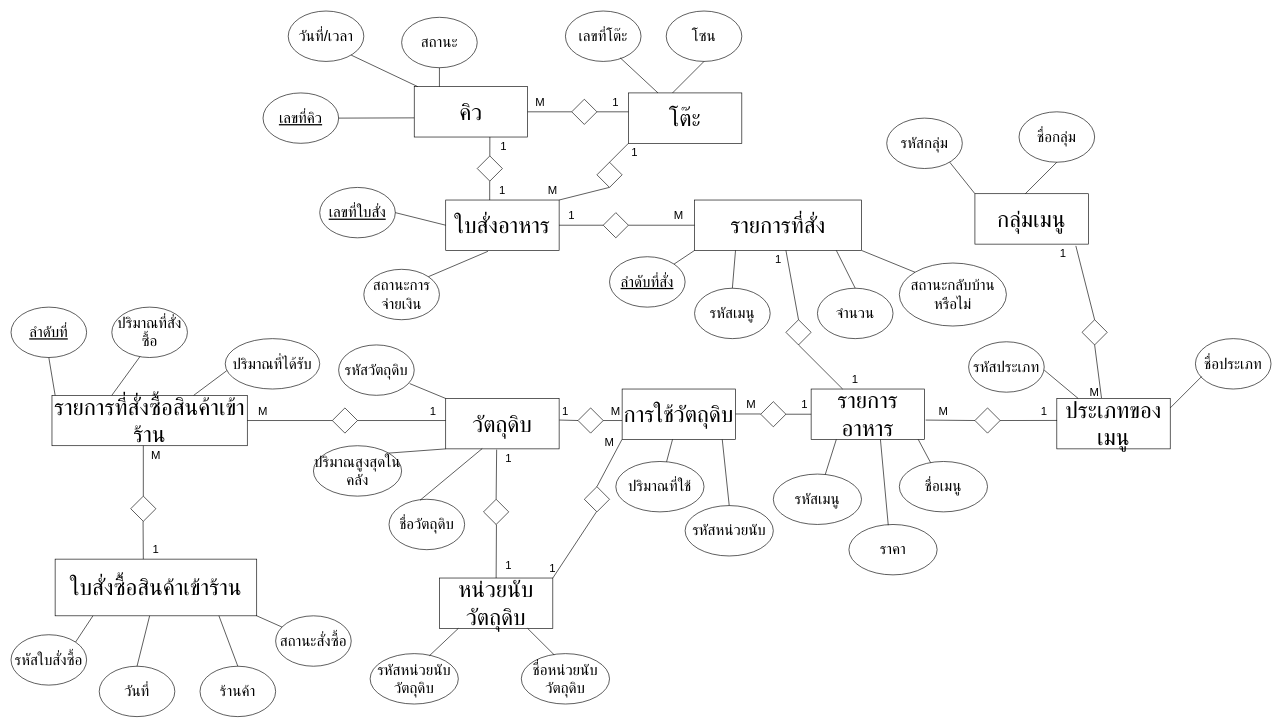
This is แบบแผนที่ยังไม่ได้ตั้งชื่อ.drawio from banthitamakjeen/git-workshop, a draw.io file, before an edit. Source tidied: cells renumbered, new cells numbered last; positions are measured from the earlier drawing's top-left corner, leaving out a move shared by most shapes. Both pictures are drawn from the tidied source at 63%, with x=0, y=0 at pixel (11, 11).
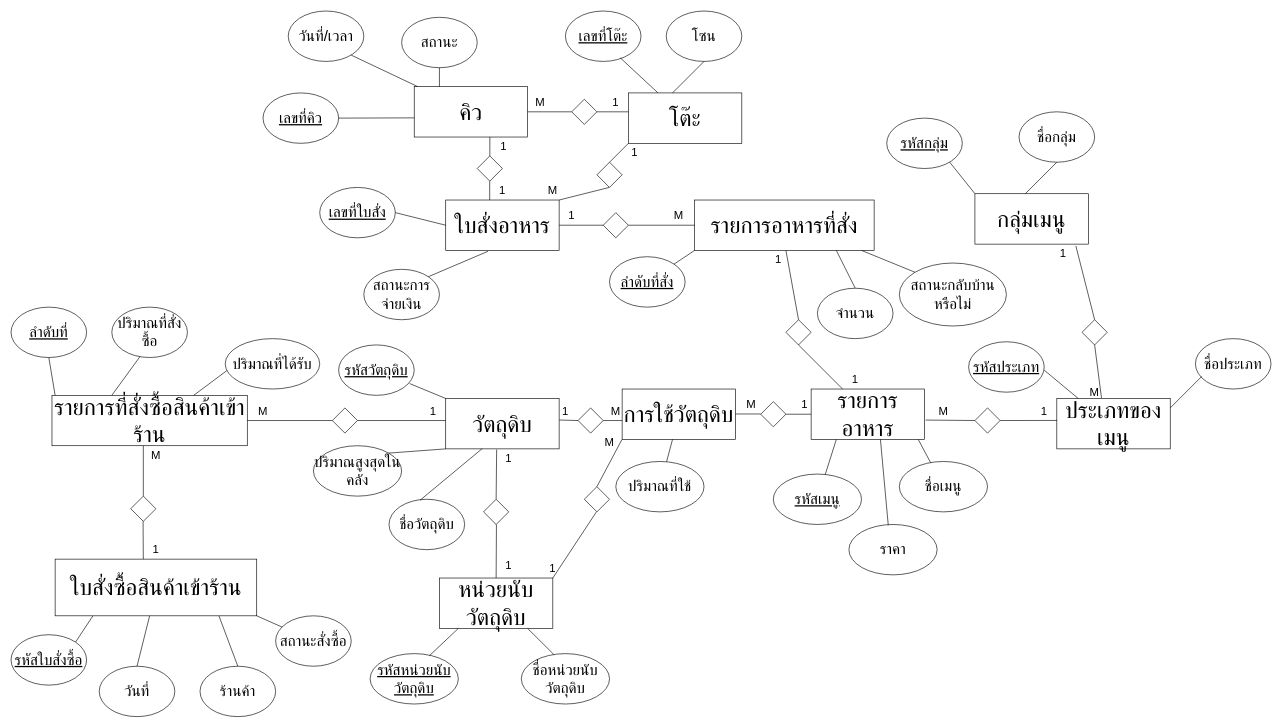
The same page after the edit.

The change refers to these unchanged cells:
```xml
<mxCell id="28" value="&lt;font style=&quot;font-size: 36px;&quot;&gt;การใช้วัตถุดิบ&lt;/font&gt;" style="rounded=0;whiteSpace=wrap;html=1;" parent="1" vertex="1">
  <mxGeometry x="970" y="600" width="180" height="80" as="geometry" />
</mxCell>
```

Diff of the diagram source:
```diff
@@
-    <mxCell id="3" value="&lt;font style=&quot;font-size: 24px;&quot;&gt;รหัสวัตถุดิบ&lt;/font&gt;" style="ellipse;whiteSpace=wrap;html=1;" parent="1" vertex="1">
+    <mxCell id="3" value="&lt;font style=&quot;font-size: 24px;&quot;&gt;&lt;u&gt;รหัสวัตถุดิบ&lt;/u&gt;&lt;/font&gt;" style="ellipse;whiteSpace=wrap;html=1;" parent="1" vertex="1">
       <mxGeometry x="520" y="530" width="120" height="80" as="geometry" />
     </mxCell>
@@
-    <mxCell id="7" value="&lt;font style=&quot;font-size: 24px;&quot;&gt;รหัสหน่วยนับวัตถุดิบ&lt;/font&gt;" style="ellipse;whiteSpace=wrap;html=1;" parent="1" vertex="1">
+    <mxCell id="7" value="&lt;font style=&quot;font-size: 24px;&quot;&gt;&lt;u&gt;รหัสหน่วยนับวัตถุดิบ&lt;/u&gt;&lt;/font&gt;" style="ellipse;whiteSpace=wrap;html=1;" parent="1" vertex="1">
       <mxGeometry x="570" y="1020" width="140" height="80" as="geometry" />
     </mxCell>
@@
-    <mxCell id="14" value="&lt;font style=&quot;font-size: 24px;&quot;&gt;รหัสใบสั่งซื้อ&lt;/font&gt;" style="ellipse;whiteSpace=wrap;html=1;" parent="1" vertex="1">
+    <mxCell id="14" value="&lt;font style=&quot;font-size: 24px;&quot;&gt;&lt;u&gt;รหัสใบสั่งซื้อ&lt;/u&gt;&lt;/font&gt;" style="ellipse;whiteSpace=wrap;html=1;" parent="1" vertex="1">
       <mxGeometry y="990" width="120" height="80" as="geometry" />
     </mxCell>
@@
-    <mxCell id="21" value="&lt;font style=&quot;font-size: 24px;&quot;&gt;รหัสกลุ่ม&lt;/font&gt;" style="ellipse;whiteSpace=wrap;html=1;" parent="1" vertex="1">
+    <mxCell id="21" value="&lt;font style=&quot;font-size: 24px;&quot;&gt;&lt;u&gt;รหัสกลุ่ม&lt;/u&gt;&lt;/font&gt;" style="ellipse;whiteSpace=wrap;html=1;" parent="1" vertex="1">
       <mxGeometry x="1390" y="170" width="120" height="80" as="geometry" />
     </mxCell>
@@
-    <mxCell id="23" value="&lt;font style=&quot;font-size: 24px;&quot;&gt;รหัสประเภท&lt;/font&gt;" style="ellipse;whiteSpace=wrap;html=1;" parent="1" vertex="1">
+    <mxCell id="23" value="&lt;font style=&quot;font-size: 24px;&quot;&gt;&lt;u&gt;รหัสประเภท&lt;/u&gt;&lt;/font&gt;" style="ellipse;whiteSpace=wrap;html=1;" parent="1" vertex="1">
       <mxGeometry x="1520" y="525" width="120" height="80" as="geometry" />
     </mxCell>
@@
-    <mxCell id="25" value="&lt;font style=&quot;font-size: 24px;&quot;&gt;รหัสเมนู&lt;/font&gt;" style="ellipse;whiteSpace=wrap;html=1;" parent="1" vertex="1">
+    <mxCell id="25" value="&lt;font style=&quot;font-size: 24px;&quot;&gt;&lt;u&gt;รหัสเมนู&lt;/u&gt;&lt;/font&gt;" style="ellipse;whiteSpace=wrap;html=1;" parent="1" vertex="1">
       <mxGeometry x="1210" y="735" width="140" height="80" as="geometry" />
     </mxCell>
@@
-    <mxCell id="34" value="&lt;font style=&quot;font-size: 24px;&quot;&gt;เลขที่โต๊ะ&lt;/font&gt;" style="ellipse;whiteSpace=wrap;html=1;" parent="1" vertex="1">
+    <mxCell id="34" value="&lt;font style=&quot;font-size: 24px;&quot;&gt;&lt;u&gt;เลขที่โต๊ะ&lt;/u&gt;&lt;/font&gt;" style="ellipse;whiteSpace=wrap;html=1;" parent="1" vertex="1">
       <mxGeometry x="880" width="120" height="80" as="geometry" />
     </mxCell>
@@
-    <mxCell id="40" value="&lt;font style=&quot;font-size: 36px;&quot;&gt;รายการที่สั่ง&lt;/font&gt;" style="rounded=0;whiteSpace=wrap;html=1;" parent="1" vertex="1">
-      <mxGeometry x="1085" y="300" width="265" height="80" as="geometry" />
+    <mxCell id="40" value="&lt;font style=&quot;font-size: 36px;&quot;&gt;รายการอาหารที่สั่ง&lt;/font&gt;" style="rounded=0;whiteSpace=wrap;html=1;" parent="1" vertex="1">
+      <mxGeometry x="1085" y="300" width="285" height="80" as="geometry" />
     </mxCell>
-    <mxCell id="41" value="&lt;font style=&quot;font-size: 24px;&quot;&gt;รหัสเมนู&lt;/font&gt;" style="ellipse;whiteSpace=wrap;html=1;" parent="1" vertex="1">
-      <mxGeometry x="1085" y="440" width="120" height="80" as="geometry" />
-    </mxCell>
@@
-    <mxCell id="94" style="endArrow=none;html=1;rounded=0;exitX=0.5;exitY=0;exitDx=0;exitDy=0;" parent="1" edge="1" source="41">
-      <mxGeometry relative="1" as="geometry">
-        <mxPoint x="1150" y="380" as="targetPoint" />
-      </mxGeometry>
-    </mxCell>
@@
-    <mxCell id="139" value="&lt;font style=&quot;font-size: 24px;&quot;&gt;รหัสหน่วยนับ&lt;/font&gt;" style="ellipse;whiteSpace=wrap;html=1;" parent="1" vertex="1">
-      <mxGeometry x="1070" y="785" width="140" height="80" as="geometry" />
-    </mxCell>
-    <mxCell id="140" style="endArrow=none;html=1;rounded=0;exitX=0.5;exitY=0;exitDx=0;exitDy=0;entryX=0.883;entryY=1.002;entryDx=0;entryDy=0;entryPerimeter=0;" parent="1" edge="1" source="139" target="28">
-      <mxGeometry relative="1" as="geometry" />
-    </mxCell>
```
